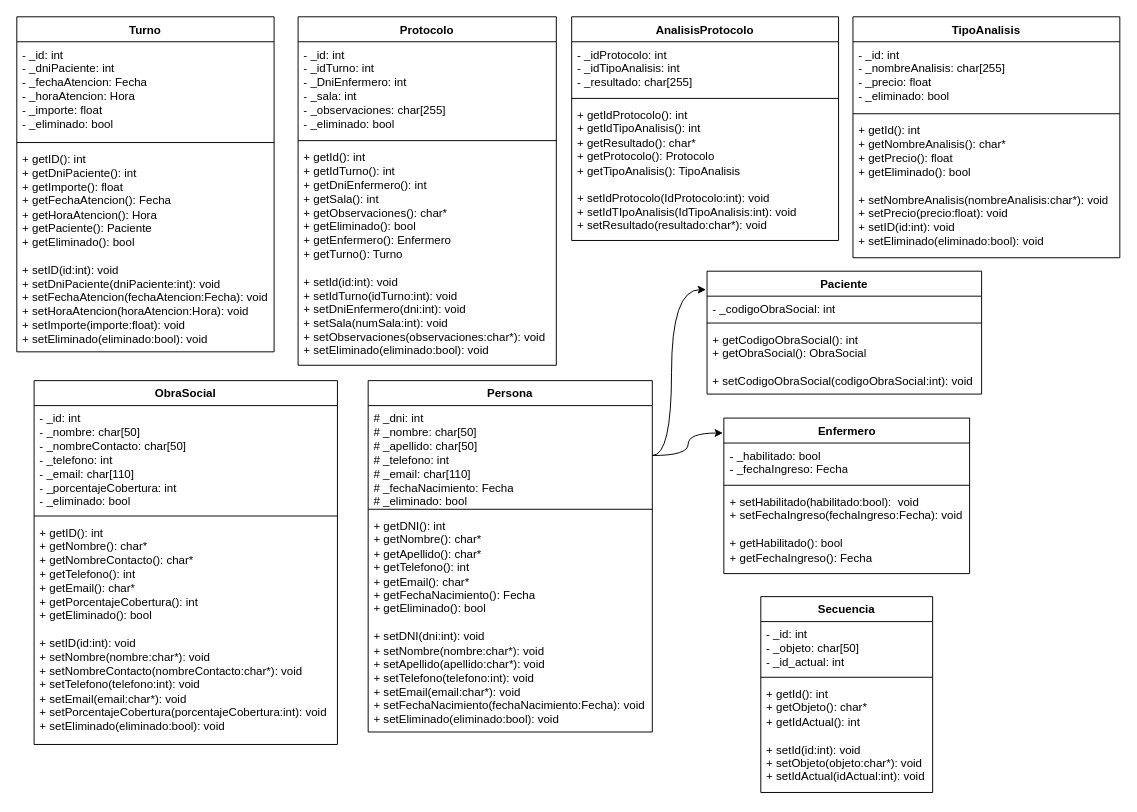
This is docs/DiagramaDeClases.drawio from ramitules/Grupo01_TPI, a draw.io file, before an edit. Source tidied: cells renumbered, new cells numbered last; positions are measured from the earlier drawing's top-left corner, leaving out a move shared by most shapes. Both pictures are drawn from the tidied source at 96%, with x=0, y=0 at pixel (16, 16).
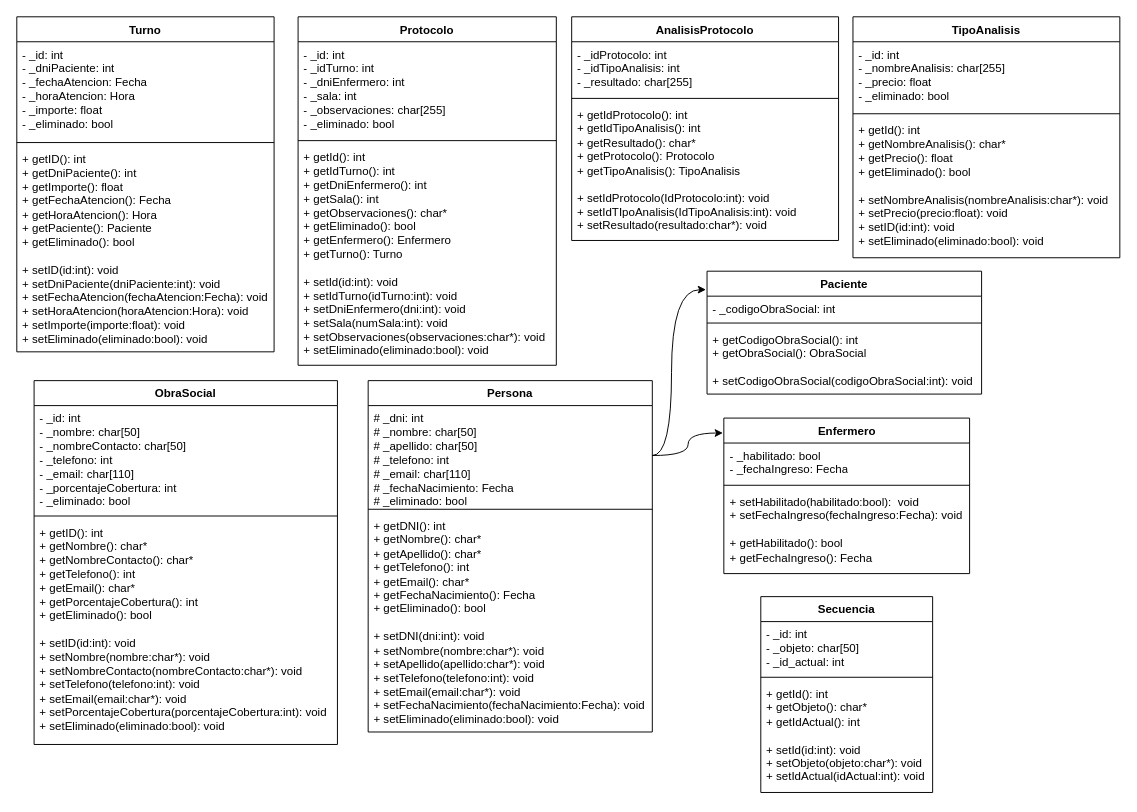
The same page after the edit.

Commit message:
Diagrama completo

Unchanged cells that the change refers to:
```xml
<mxCell id="2" value="Protocolo" style="swimlane;fontStyle=1;align=center;verticalAlign=top;horizontal=1;startSize=26;whiteSpace=wrap;html=1;" parent="1" vertex="1">
  <mxGeometry x="293" width="269" height="363" as="geometry" />
</mxCell>
```

Diff of the diagram source:
```diff
@@
-    <mxCell id="3" value="- _id: int&lt;div&gt;- _idTurno: int&lt;/div&gt;&lt;div&gt;- _DniEnfermero: int&lt;/div&gt;&lt;div&gt;- _sala: int&lt;/div&gt;&lt;div&gt;- _observaciones: char[255]&lt;/div&gt;&lt;div&gt;- _eliminado: bool&lt;/div&gt;" style="text;strokeColor=none;fillColor=none;align=left;verticalAlign=top;spacingLeft=4;spacingRight=4;overflow=hidden;whiteSpace=wrap;html=1;" parent="2" vertex="1">
+    <mxCell id="3" value="- _id: int&lt;div&gt;- _idTurno: int&lt;/div&gt;&lt;div&gt;- _dniEnfermero: int&lt;/div&gt;&lt;div&gt;- _sala: int&lt;/div&gt;&lt;div&gt;- _observaciones: char[255]&lt;/div&gt;&lt;div&gt;- _eliminado: bool&lt;/div&gt;" style="text;strokeColor=none;fillColor=none;align=left;verticalAlign=top;spacingLeft=4;spacingRight=4;overflow=hidden;whiteSpace=wrap;html=1;" parent="2" vertex="1">
       <mxGeometry y="26" width="269" height="99" as="geometry" />
     </mxCell>
```
